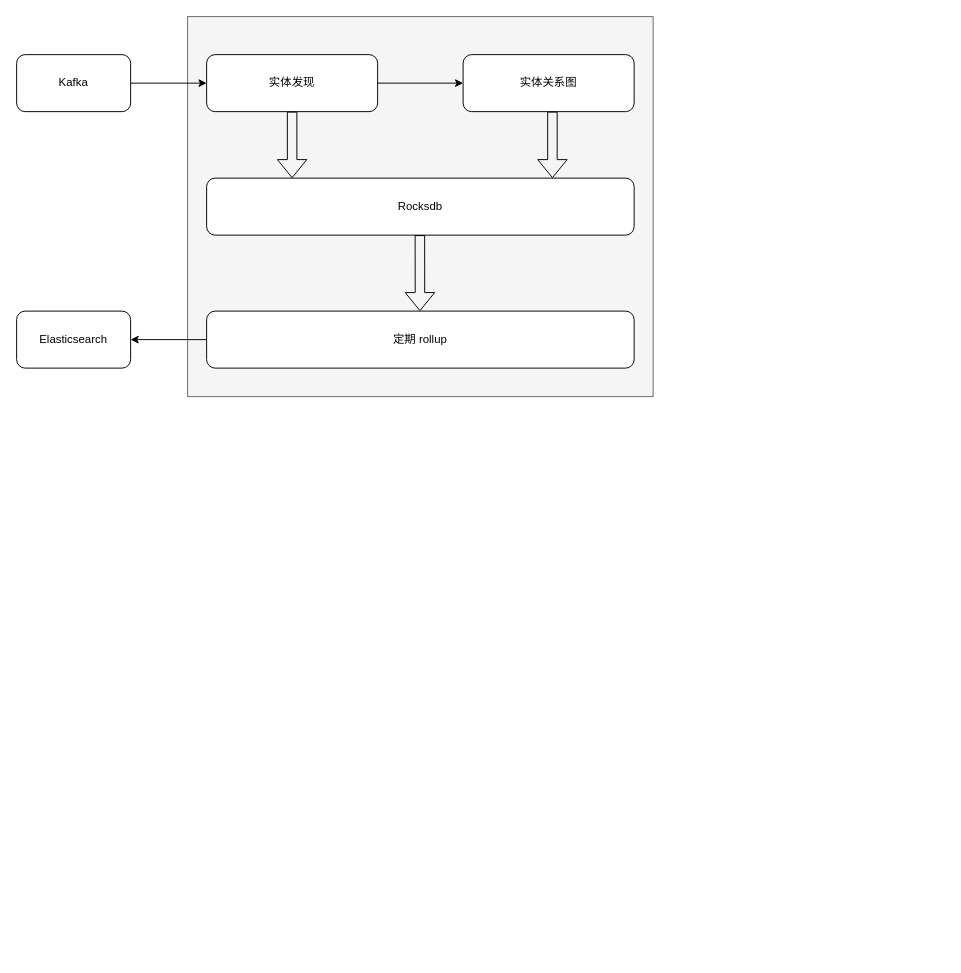
Above: Artifact-design.drawio in popvlovs/popvlovs-repository (draw.io), before the change. Source tidied: cells renumbered, new cells numbered last; positions are measured from the earlier drawing's top-left corner, leaving out a move shared by most shapes. Both pictures are drawn from the tidied source at 95%, with x=0, y=0 at pixel (16, 16).
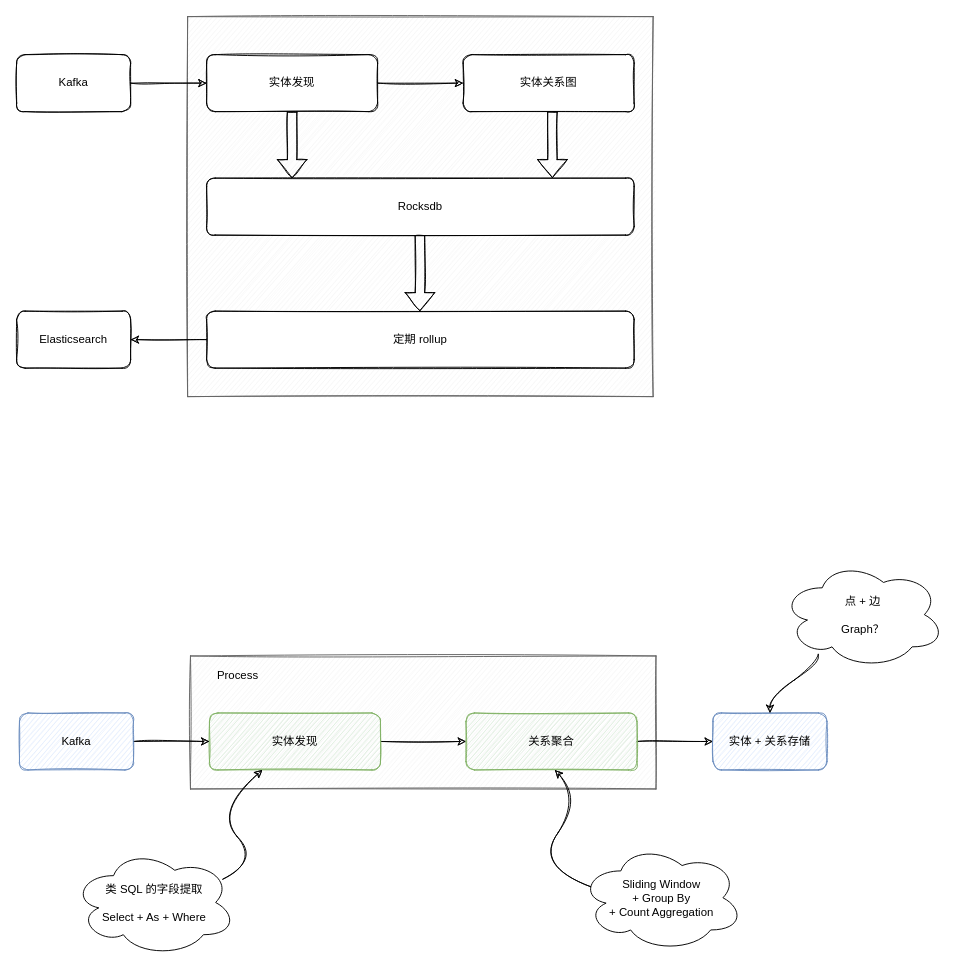
After the change.

Diff of the diagram source:
```diff
@@
-    <mxCell id="2" style="rounded=0;whiteSpace=wrap;html=1;fillColor=#f5f5f5;fontColor=#333333;strokeColor=#666666;" parent="1" vertex="1">
+    <mxCell id="2" style="rounded=0;whiteSpace=wrap;html=1;fillColor=#f5f5f5;fontColor=#333333;strokeColor=#666666;sketch=1;" parent="1" vertex="1">
       <mxGeometry x="180" width="490" height="400" as="geometry" />
     </mxCell>
-    <mxCell id="3" style="edgeStyle=orthogonalEdgeStyle;rounded=0;jettySize=auto;html=1;fontColor=none;" parent="1" edge="1" source="4" target="11">
+    <mxCell id="3" style="edgeStyle=orthogonalEdgeStyle;rounded=0;jettySize=auto;html=1;fontColor=none;sketch=1;" parent="1" edge="1" source="4" target="11">
       <mxGeometry relative="1" as="geometry" />
     </mxCell>
-    <mxCell id="4" value="实体发现" style="rounded=1;whiteSpace=wrap;html=1;" parent="1" vertex="1">
+    <mxCell id="4" value="实体发现" style="rounded=1;whiteSpace=wrap;html=1;sketch=1;" parent="1" vertex="1">
       <mxGeometry x="200" y="40" width="180" height="60" as="geometry" />
     </mxCell>
-    <mxCell id="5" value="Rocksdb" style="rounded=1;whiteSpace=wrap;html=1;" parent="1" vertex="1">
+    <mxCell id="5" value="Rocksdb" style="rounded=1;whiteSpace=wrap;html=1;sketch=1;" parent="1" vertex="1">
       <mxGeometry x="200" y="170" width="450" height="60" as="geometry" />
     </mxCell>
-    <mxCell id="6" style="edgeStyle=orthogonalEdgeStyle;rounded=0;jettySize=auto;html=1;entryX=0;entryY=0.5;entryDx=0;entryDy=0;" parent="1" edge="1" source="7" target="4">
+    <mxCell id="6" style="edgeStyle=orthogonalEdgeStyle;rounded=0;jettySize=auto;html=1;entryX=0;entryY=0.5;entryDx=0;entryDy=0;sketch=1;" parent="1" edge="1" source="7" target="4">
       <mxGeometry relative="1" as="geometry" />
     </mxCell>
-    <mxCell id="7" value="Kafka" style="rounded=1;whiteSpace=wrap;html=1;" parent="1" vertex="1">
+    <mxCell id="7" value="Kafka" style="rounded=1;whiteSpace=wrap;html=1;sketch=1;" parent="1" vertex="1">
       <mxGeometry y="40" width="120" height="60" as="geometry" />
     </mxCell>
-    <mxCell id="8" value="Elasticsearch" style="rounded=1;whiteSpace=wrap;html=1;" parent="1" vertex="1">
+    <mxCell id="8" value="Elasticsearch" style="rounded=1;whiteSpace=wrap;html=1;sketch=1;" parent="1" vertex="1">
       <mxGeometry y="310" width="120" height="60" as="geometry" />
     </mxCell>
-    <mxCell id="9" style="edgeStyle=orthogonalEdgeStyle;rounded=0;jettySize=auto;html=1;exitX=0;exitY=0.5;exitDx=0;exitDy=0;fontColor=none;" parent="1" edge="1" source="10" target="8">
+    <mxCell id="9" style="edgeStyle=orthogonalEdgeStyle;rounded=0;jettySize=auto;html=1;exitX=0;exitY=0.5;exitDx=0;exitDy=0;fontColor=none;sketch=1;" parent="1" edge="1" source="10" target="8">
       <mxGeometry relative="1" as="geometry" />
     </mxCell>
-    <mxCell id="10" value="定期 rollup" style="rounded=1;whiteSpace=wrap;html=1;" parent="1" vertex="1">
+    <mxCell id="10" value="定期 rollup" style="rounded=1;whiteSpace=wrap;html=1;sketch=1;" parent="1" vertex="1">
       <mxGeometry x="200" y="310" width="450" height="60" as="geometry" />
     </mxCell>
-    <mxCell id="11" value="实体关系图" style="rounded=1;whiteSpace=wrap;html=1;" parent="1" vertex="1">
+    <mxCell id="11" value="实体关系图" style="rounded=1;whiteSpace=wrap;html=1;sketch=1;" parent="1" vertex="1">
       <mxGeometry x="470" y="40" width="180" height="60" as="geometry" />
     </mxCell>
-    <mxCell id="12" style="shape=flexArrow;endArrow=classic;html=1;rounded=0;fontColor=none;exitX=0.5;exitY=1;exitDx=0;exitDy=0;entryX=0.2;entryY=0;entryDx=0;entryDy=0;entryPerimeter=0;" parent="1" edge="1" source="4" target="5">
+    <mxCell id="12" style="shape=flexArrow;endArrow=classic;html=1;rounded=0;fontColor=none;exitX=0.5;exitY=1;exitDx=0;exitDy=0;entryX=0.2;entryY=0;entryDx=0;entryDy=0;entryPerimeter=0;sketch=1;" parent="1" edge="1" source="4" target="5">
       <mxGeometry relative="1" as="geometry" />
     </mxCell>
-    <mxCell id="13" style="shape=flexArrow;endArrow=classic;html=1;rounded=0;fontColor=none;exitX=0.5;exitY=1;exitDx=0;exitDy=0;entryX=0.2;entryY=0;entryDx=0;entryDy=0;entryPerimeter=0;" parent="1" edge="1">
+    <mxCell id="13" style="shape=flexArrow;endArrow=classic;html=1;rounded=0;fontColor=none;exitX=0.5;exitY=1;exitDx=0;exitDy=0;entryX=0.2;entryY=0;entryDx=0;entryDy=0;entryPerimeter=0;sketch=1;" parent="1" edge="1">
       <mxGeometry relative="1" as="geometry">
         <mxPoint x="564" y="100" as="sourcePoint" />
         <mxPoint x="564" y="170" as="targetPoint" />
       </mxGeometry>
     </mxCell>
-    <mxCell id="14" style="shape=flexArrow;endArrow=classic;html=1;rounded=0;fontColor=none;exitX=0.5;exitY=1;exitDx=0;exitDy=0;entryX=0.499;entryY=0;entryDx=0;entryDy=0;entryPerimeter=0;" parent="1" edge="1" target="10">
+    <mxCell id="14" style="shape=flexArrow;endArrow=classic;html=1;rounded=0;fontColor=none;exitX=0.5;exitY=1;exitDx=0;exitDy=0;entryX=0.499;entryY=0;entryDx=0;entryDy=0;entryPerimeter=0;sketch=1;" parent="1" edge="1" target="10">
       <mxGeometry relative="1" as="geometry">
         <mxPoint x="424.5" y="230" as="sourcePoint" />
       </mxGeometry>
     </mxCell>
+    <mxCell id="15" style="rounded=0;whiteSpace=wrap;html=1;fillColor=#f5f5f5;fontColor=#333333;strokeColor=#666666;shadow=0;sketch=1;" parent="1" vertex="1">
+      <mxGeometry x="183" y="673" width="490" height="140" as="geometry" />
+    </mxCell>
+    <mxCell id="16" style="edgeStyle=orthogonalEdgeStyle;rounded=0;jettySize=auto;html=1;fontColor=none;shadow=0;sketch=1;" parent="1" edge="1" source="17" target="21">
+      <mxGeometry relative="1" as="geometry" />
+    </mxCell>
+    <mxCell id="17" value="实体发现" style="rounded=1;whiteSpace=wrap;html=1;shadow=0;sketch=1;fillColor=#d5e8d4;strokeColor=#82b366;" parent="1" vertex="1">
+      <mxGeometry x="203" y="733" width="180" height="60" as="geometry" />
+    </mxCell>
+    <mxCell id="18" style="edgeStyle=orthogonalEdgeStyle;rounded=0;jettySize=auto;html=1;entryX=0;entryY=0.5;entryDx=0;entryDy=0;shadow=0;sketch=1;" parent="1" edge="1" source="19" target="17">
+      <mxGeometry relative="1" as="geometry" />
+    </mxCell>
+    <mxCell id="19" value="Kafka" style="rounded=1;whiteSpace=wrap;html=1;shadow=0;sketch=1;fillColor=#dae8fc;strokeColor=#6c8ebf;" parent="1" vertex="1">
+      <mxGeometry x="3" y="733" width="120" height="60" as="geometry" />
+    </mxCell>
+    <mxCell id="20" style="edgeStyle=orthogonalEdgeStyle;rounded=0;jettySize=auto;html=1;exitX=1;exitY=0.5;exitDx=0;exitDy=0;entryX=0;entryY=0.5;entryDx=0;entryDy=0;fontColor=none;shadow=0;sketch=1;" parent="1" edge="1" source="21" target="22">
+      <mxGeometry relative="1" as="geometry" />
+    </mxCell>
+    <mxCell id="21" value="关系聚合" style="rounded=1;whiteSpace=wrap;html=1;shadow=0;sketch=1;fillColor=#d5e8d4;strokeColor=#82b366;" parent="1" vertex="1">
+      <mxGeometry x="473" y="733" width="180" height="60" as="geometry" />
+    </mxCell>
+    <mxCell id="22" value="实体 + 关系存储" style="rounded=1;whiteSpace=wrap;html=1;shadow=0;sketch=1;fillColor=#dae8fc;strokeColor=#6c8ebf;" parent="1" vertex="1">
+      <mxGeometry x="733" y="733" width="120" height="60" as="geometry" />
+    </mxCell>
+    <mxCell id="23" value="Process" style="text;html=1;strokeColor=none;fillColor=none;align=center;verticalAlign=middle;whiteSpace=wrap;rounded=0;shadow=0;fontColor=none;sketch=1;" parent="1" vertex="1">
+      <mxGeometry x="203" y="679" width="60" height="30" as="geometry" />
+    </mxCell>
+    <mxCell id="24" style="curved=1;endArrow=classic;html=1;rounded=0;shadow=0;sketch=1;fontColor=none;exitX=1;exitY=0;exitDx=0;exitDy=0;" parent="1" edge="1" target="17">
+      <mxGeometry relative="1" as="geometry">
+        <mxPoint x="217" y="908" as="sourcePoint" />
+        <Array as="points">
+          <mxPoint x="257" y="888" />
+          <mxPoint x="207" y="838" />
+        </Array>
+      </mxGeometry>
+    </mxCell>
+    <mxCell id="25" value="类 SQL 的字段提取&lt;br&gt;&lt;br&gt;Select + As + Where" style="ellipse;shape=cloud;whiteSpace=wrap;html=1;shadow=0;fontColor=none;" parent="1" vertex="1">
+      <mxGeometry x="59" y="876" width="172" height="113" as="geometry" />
+    </mxCell>
+    <mxCell id="26" style="curved=1;endArrow=classic;html=1;rounded=0;shadow=0;sketch=1;fontColor=none;exitX=0.07;exitY=0.4;exitDx=0;exitDy=0;exitPerimeter=0;" parent="1" edge="1" source="27">
+      <mxGeometry relative="1" as="geometry">
+        <mxPoint x="566.6" y="793" as="targetPoint" />
+        <Array as="points">
+          <mxPoint x="545" y="895" />
+          <mxPoint x="595" y="823" />
+        </Array>
+      </mxGeometry>
+    </mxCell>
+    <mxCell id="27" value="Sliding Window &lt;br&gt;+ Group By&lt;br&gt;+ Count Aggregation" style="ellipse;shape=cloud;whiteSpace=wrap;html=1;shadow=0;fontColor=none;" parent="1" vertex="1">
+      <mxGeometry x="593" y="871" width="172" height="113" as="geometry" />
+    </mxCell>
+    <mxCell id="28" value="点 + 边&lt;br&gt;&lt;br&gt;Graph？" style="ellipse;shape=cloud;whiteSpace=wrap;html=1;shadow=0;fontColor=none;" parent="1" vertex="1">
+      <mxGeometry x="805" y="573" width="172" height="113" as="geometry" />
+    </mxCell>
+    <mxCell id="29" style="curved=1;endArrow=classic;html=1;rounded=0;shadow=0;sketch=1;fontColor=none;exitX=0.226;exitY=0.869;exitDx=0;exitDy=0;exitPerimeter=0;entryX=0.5;entryY=0;entryDx=0;entryDy=0;" parent="1" edge="1" source="28" target="22">
+      <mxGeometry relative="1" as="geometry">
+        <Array as="points">
+          <mxPoint x="845" y="680" />
+          <mxPoint x="793" y="716" />
+        </Array>
+      </mxGeometry>
+    </mxCell>
```
